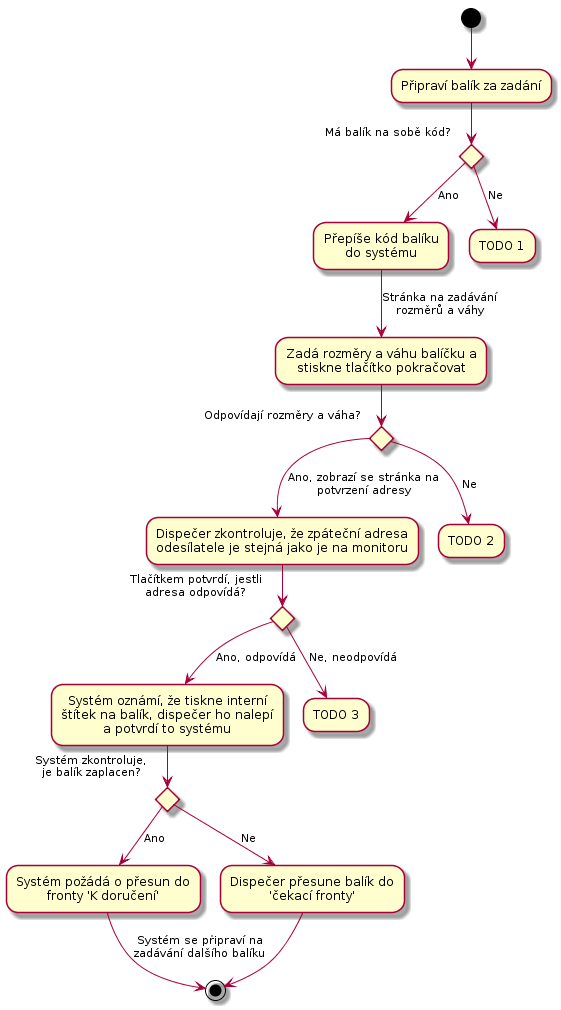
Before: docs/diagrams/out/uc-21-activity.png, a diagram exported from PlantUML (Internet-Handel/postman).
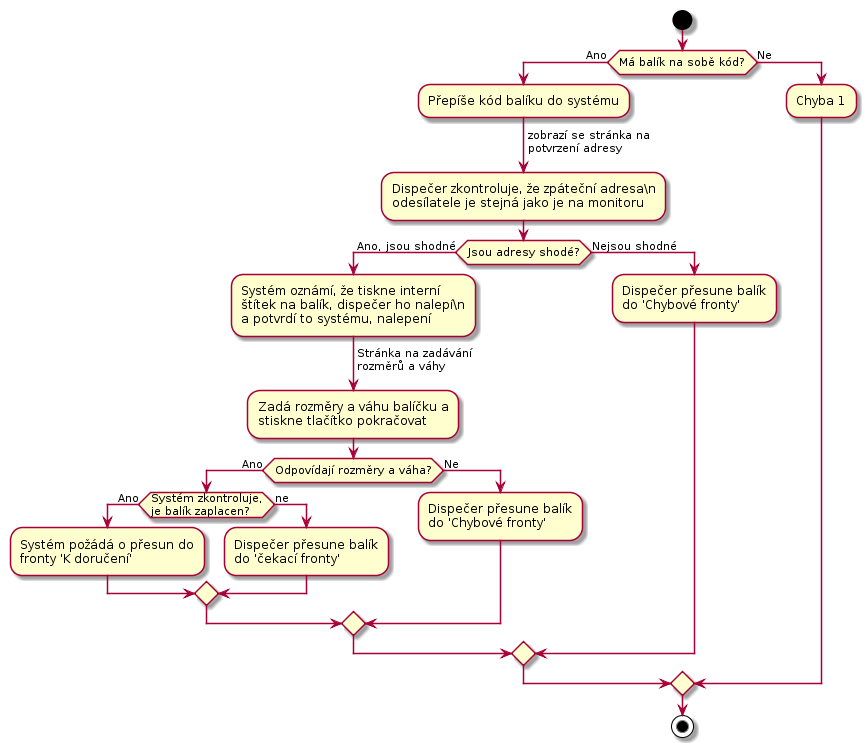
Later version of the same file.

What changed in the source:
```diff
@@ -1,37 +1,37 @@
 @startuml
-(*) --> "Připraví balík za zadání" as zadanikodu
+start
 
-if "Má balík na sobě kód?"
-  -->[Ano] "Přepíše kód balíku\ndo systému" as prepiskodu
-else
-  -->[Ne] "TODO 1"
-endif
+  if (Má balík na sobě kód?) then (Ano)
+    :Přepíše kód balíku do systému;
+    -> zobrazí se stránka na\npotvrzení adresy;
+    :Dispečer zkontroluje, že zpáteční adresa\n
+    odesílatele je stejná jako je na monitoru;
+    if (Jsou adresy shodé?) then (Ano, jsou shodné)
+      :Systém oznámí, že tiskne interní
+      štítek na balík, dispečer ho nalepí\n
+      a potvrdí to systému, nalepení;
+      -> Stránka na zadávání\nrozměrů a váhy;
+      :Zadá rozměry a váhu balíčku a
+      stiskne tlačítko pokračovat;
+      if (Odpovídají rozměry a váha?) then (Ano)
+        if (Systém zkontroluje,\nje balík zaplacen?) then (Ano)
+          :Systém požádá o přesun do
+          fronty 'K doručení';
+        else (ne)
+          :Dispečer přesune balík
+          do 'čekací fronty';
+        endif
+      else (Ne)
+          :Dispečer přesune balík
+          do 'Chybové fronty';
+      endif
+    else (Nejsou shodné)
+      :Dispečer přesune balík
+      do 'Chybové fronty';
+    endif
+  else (Ne)
+    :Chyba 1;
+  endif
 
-prepiskodu --> [Stránka na zadávání\nrozměrů a váhy] "Zadá rozměry a váhu balíčku a
-stiskne tlačítko pokračovat" as zadani
-
-if "Odpovídají rozměry a váha?"
-  -->[Ano, zobrazí se stránka na\npotvrzení adresy] "
-  Dispečer zkontroluje, že zpáteční adresa\n
-  odesílatele je stejná jako je na monitoru" as kontrolaAdresy
-else
-  -->[Ne] "TODO 2"
-endif
-
-kontrolaAdresy --> if "Tlačítkem potvrdí, jestli\nadresa odpovídá?"
-  -->[Ano, odpovídá] "Systém oznámí, že tiskne interní
-  štítek na balík, dispečer ho nalepí\n
-  a potvrdí to systému" as tisk
-else
-  -->[Ne, neodpovídá] "TODO 3"
-endif
-
-tisk --> if "Systém zkontroluje,\nje balík zaplacen?"
-  -->[Ano] "Systém požádá o přesun do\nfronty 'K doručení'" as co
-else
-  -->[Ne] "Dispečer přesune balík do\n'čekací fronty'"
-  --> (*)
-endif
-
-co-->[Systém se připraví na\nzadávání dalšího balíku] (*)
+stop
 @enduml
```
